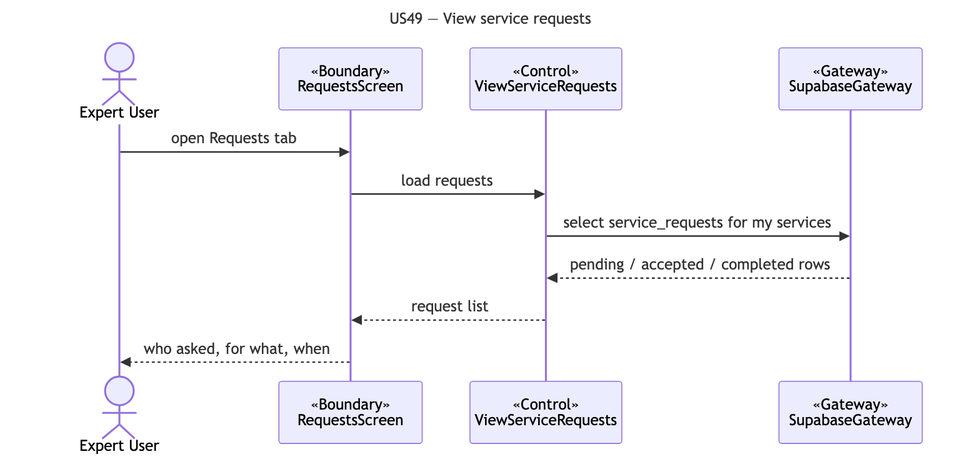
The Mermaid diagram docs/deliverables/sequence-diagrams/US49-view-requests.png in cyuanjun/FYP-26-S2-37-app, before a commit. Its source is kept beside it as docs/deliverables/sequence-diagrams/src/US49-view-requests.mmd.
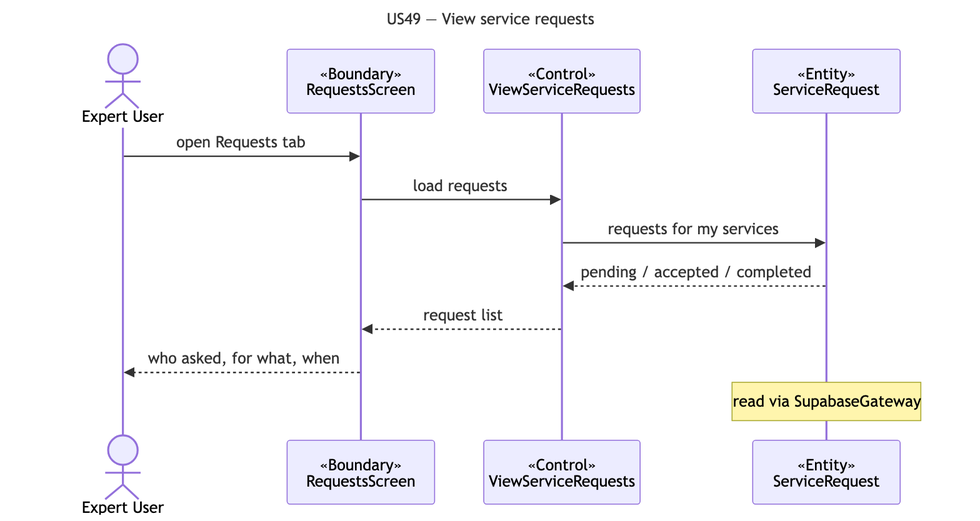
The same file after the commit.

Change to the diagram source:
```diff
@@ -5,10 +5,11 @@
   actor A as Expert User
   participant B as «Boundary»<br/>RequestsScreen
   participant C as «Control»<br/>ViewServiceRequests
-  participant G as «Gateway»<br/>SupabaseGateway
+  participant E as «Entity»<br/>ServiceRequest
   A->>B: open Requests tab
   B->>C: load requests
-  C->>G: select service_requests for my services
-  G-->>C: pending / accepted / completed rows
+  C->>E: requests for my services
+  E-->>C: pending / accepted / completed
   C-->>B: request list
   B-->>A: who asked, for what, when
+  note over E: read via SupabaseGateway
```
